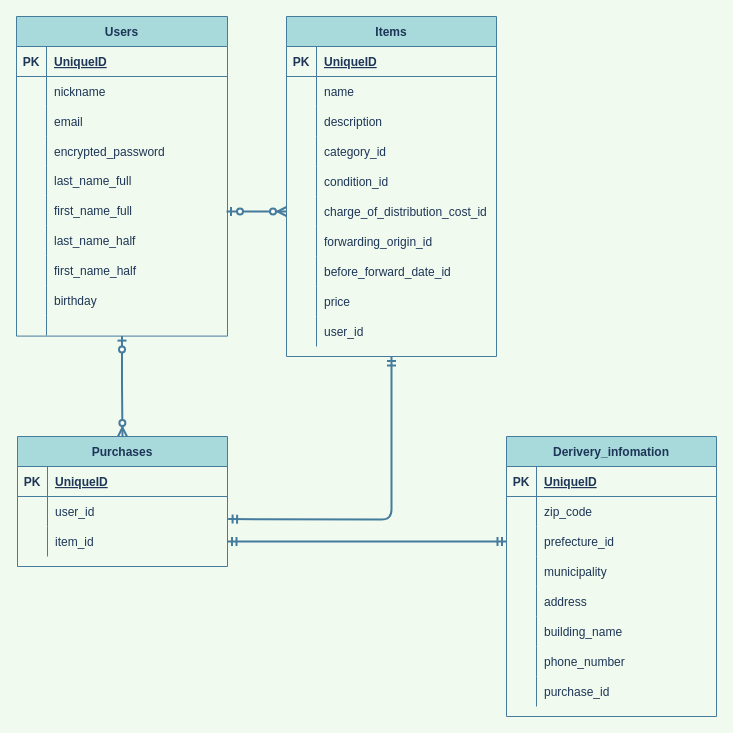
konno-tech/furima-31063 keeps this draw.io diagram as ER.dio. Above is the earlier version. Source tidied: cells renumbered, new cells numbered last; positions are measured from the earlier drawing's top-left corner, leaving out a move shared by most shapes. Both pictures are drawn from the tidied source at 100%, with x=0, y=0 at pixel (16, 16).
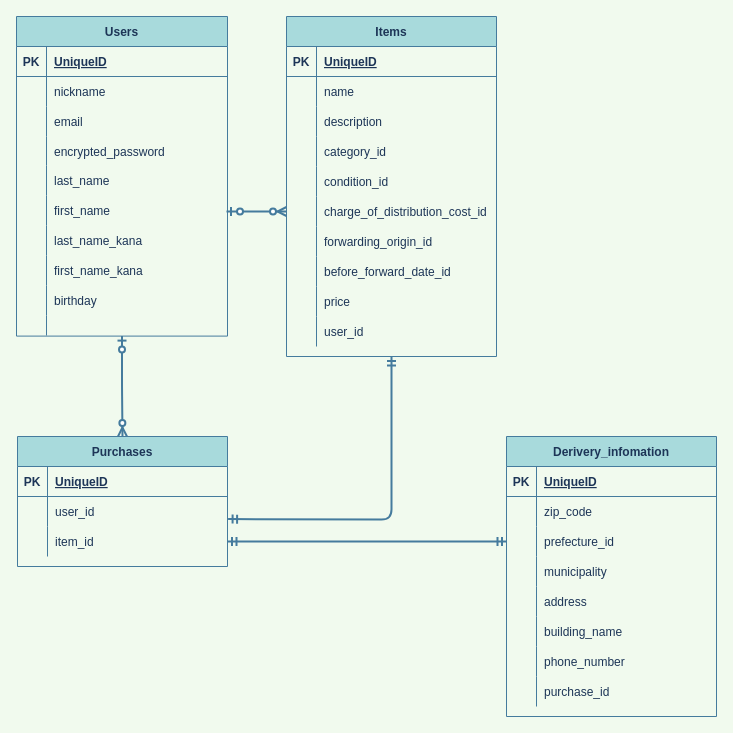
The same diagram, later.

Unchanged cells that the change refers to:
```xml
<mxCell id="15" style="shape=partialRectangle;fillColor=none;top=0;left=0;bottom=0;right=0;strokeColor=#457B9D;fontColor=#1D3557;" parent="2" vertex="1">
  <mxGeometry y="149" width="211" height="30" as="geometry" />
</mxCell>
<mxCell id="18" style="shape=partialRectangle;fillColor=none;top=0;left=0;bottom=0;right=0;strokeColor=#457B9D;fontColor=#1D3557;" parent="2" vertex="1">
  <mxGeometry y="179" width="211" height="30" as="geometry" />
</mxCell>
<mxCell id="21" style="shape=partialRectangle;fillColor=none;top=0;left=0;bottom=0;right=0;strokeColor=#457B9D;fontColor=#1D3557;" parent="2" vertex="1">
  <mxGeometry y="209" width="211" height="30" as="geometry" />
</mxCell>
<mxCell id="24" style="shape=partialRectangle;fillColor=none;top=0;left=0;bottom=0;right=0;strokeColor=#457B9D;fontColor=#1D3557;" parent="2" vertex="1">
  <mxGeometry y="239" width="211" height="30" as="geometry" />
</mxCell>
```

What changed in the source:
```diff
@@
-    <mxCell id="17" value="last_name_full" style="shape=partialRectangle;fillColor=none;top=0;left=0;bottom=0;right=0;align=left;spacingLeft=6;overflow=hidden;strokeColor=#457B9D;fontColor=#1D3557;" parent="15" vertex="1">
+    <mxCell id="17" value="last_name" style="shape=partialRectangle;fillColor=none;top=0;left=0;bottom=0;right=0;align=left;spacingLeft=6;overflow=hidden;strokeColor=#457B9D;fontColor=#1D3557;" parent="15" vertex="1">
       <mxGeometry x="30" width="181" height="30" as="geometry" />
     </mxCell>
@@
-    <mxCell id="20" value="first_name_full" style="shape=partialRectangle;fillColor=none;top=0;left=0;bottom=0;right=0;align=left;spacingLeft=6;overflow=hidden;strokeColor=#457B9D;fontColor=#1D3557;" parent="18" vertex="1">
+    <mxCell id="20" value="first_name" style="shape=partialRectangle;fillColor=none;top=0;left=0;bottom=0;right=0;align=left;spacingLeft=6;overflow=hidden;strokeColor=#457B9D;fontColor=#1D3557;" parent="18" vertex="1">
       <mxGeometry x="30" width="181" height="30" as="geometry" />
     </mxCell>
@@
-    <mxCell id="23" value="last_name_half" style="shape=partialRectangle;fillColor=none;top=0;left=0;bottom=0;right=0;align=left;spacingLeft=6;overflow=hidden;strokeColor=#457B9D;fontColor=#1D3557;" parent="21" vertex="1">
+    <mxCell id="23" value="last_name_kana" style="shape=partialRectangle;fillColor=none;top=0;left=0;bottom=0;right=0;align=left;spacingLeft=6;overflow=hidden;strokeColor=#457B9D;fontColor=#1D3557;" parent="21" vertex="1">
       <mxGeometry x="30" width="181" height="30" as="geometry" />
     </mxCell>
@@
-    <mxCell id="26" value="first_name_half" style="shape=partialRectangle;fillColor=none;top=0;left=0;bottom=0;right=0;align=left;spacingLeft=6;overflow=hidden;strokeColor=#457B9D;fontColor=#1D3557;" parent="24" vertex="1">
+    <mxCell id="26" value="first_name_kana" style="shape=partialRectangle;fillColor=none;top=0;left=0;bottom=0;right=0;align=left;spacingLeft=6;overflow=hidden;strokeColor=#457B9D;fontColor=#1D3557;" parent="24" vertex="1">
       <mxGeometry x="30" width="181" height="30" as="geometry" />
     </mxCell>
```
